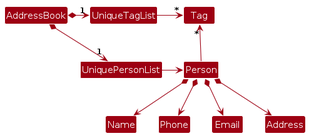
Earlier version of the PlantUML export diagrams/BetterModelClassDiagram.png (AY2627S1-CS2103T-T08-4/tp). Its source is kept beside it as diagrams/BetterModelClassDiagram.puml.
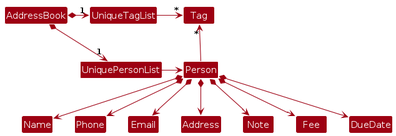
After the commit.

Change to the diagram source:
```diff
@@ -18,4 +18,7 @@
 Person *--> Phone
 Person *--> Email
 Person *--> Address
+Person *--> Note
+Person *--> Fee
+Person *--> DueDate
 @enduml
```
